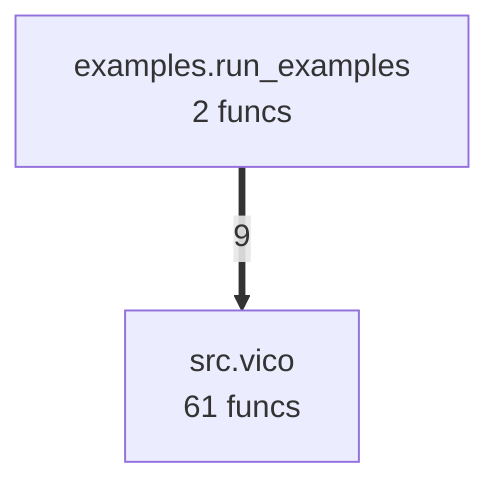
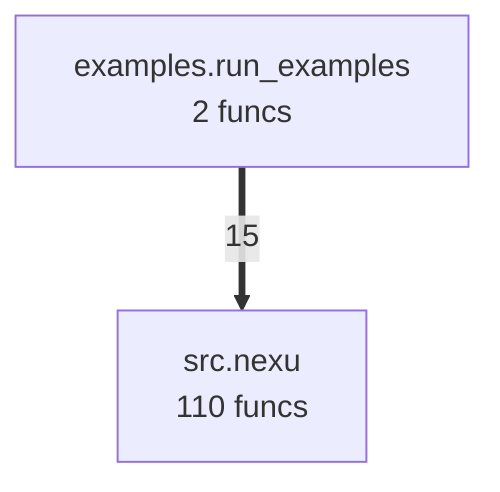
flowchart TD
- %% generated in 0.00s
+ %% generated in 0.01s
    examples__run_examples["examples.run_examples<br/>2 funcs"]
-     src__vico["src.vico<br/>61 funcs"]
-     examples__run_examples ==>|9| src__vico
+     src__nexu["src.nexu<br/>110 funcs"]
+     examples__run_examples ==>|15| src__nexu
